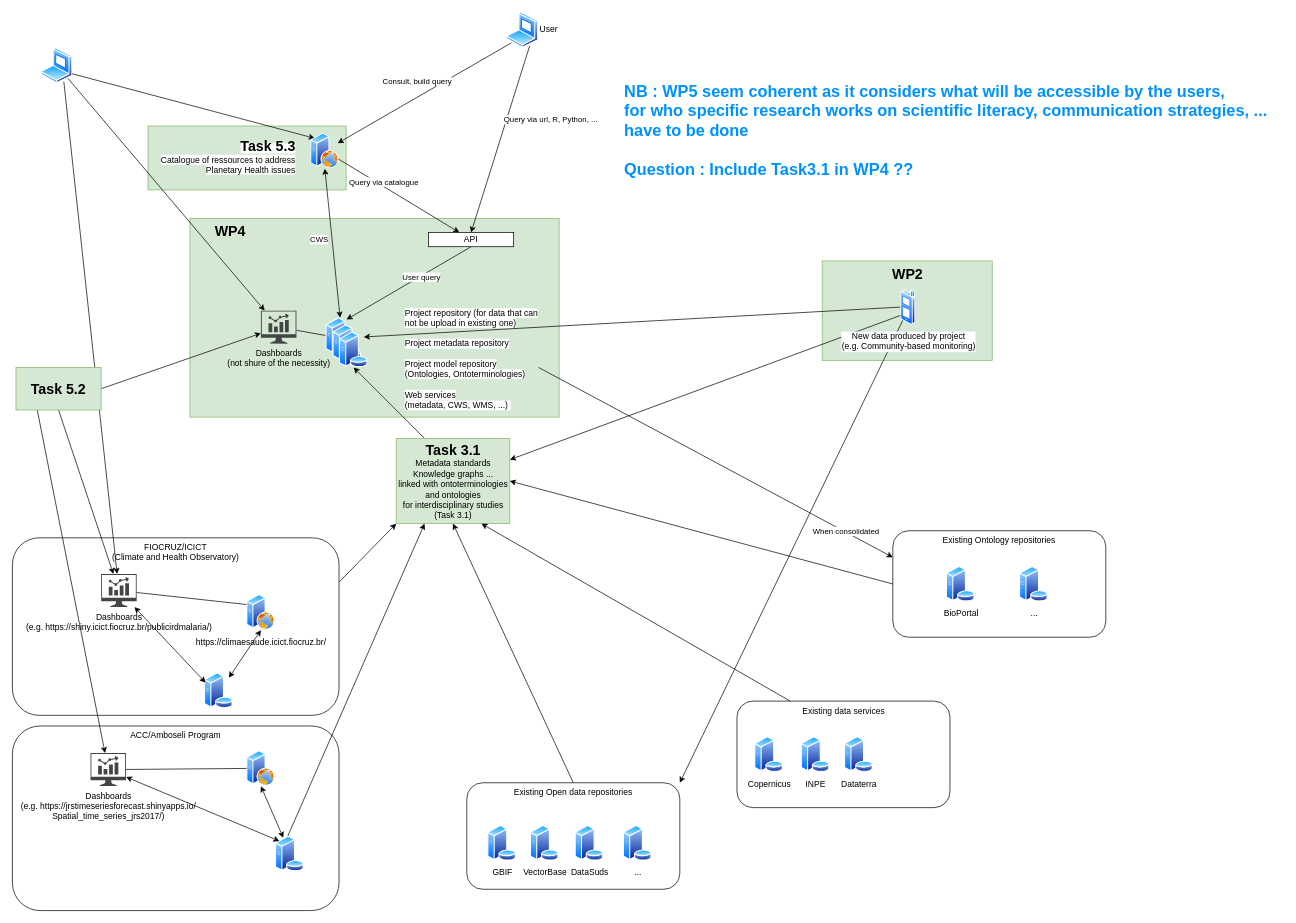
EmmanuelRouxIRD/Horizon_Planetary_Health keeps this draw.io diagram as archi_horizon.drawio. Above is the earlier version. Source tidied: cells renumbered, new cells numbered last; positions are measured from the earlier drawing's top-left corner, leaving out a move shared by most shapes. Both pictures are drawn from the tidied source at 71%, with x=0, y=0 at pixel (12, 12).
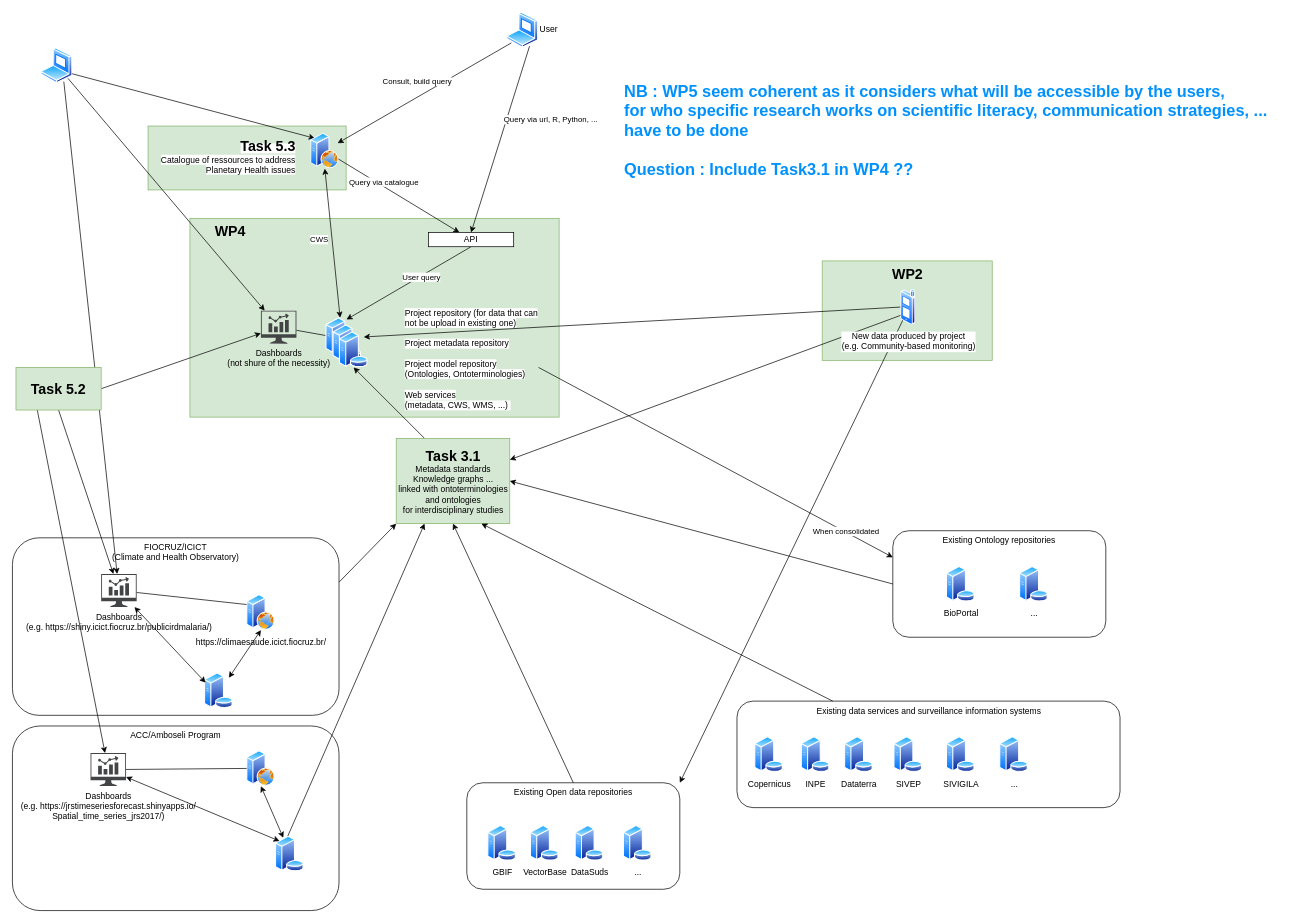
After the change.

Commit message (it also covers changes not shown here):
Mettre à jour archi_horizon.drawio

The edit, as a diff of the source:
```diff
@@
-    <mxCell id="52" value="&lt;font style=&quot;font-size: 20px;&quot;&gt;&lt;b&gt;Task 3.1&lt;br&gt;&lt;/b&gt;&lt;/font&gt;Metadata standards&lt;br&gt;Knowledge graphs ...&lt;br&gt;linked with ontoterminologies and ontologies&lt;br&gt;for interdisciplinary studies&lt;br&gt;(Task 3.1)" style="rounded=0;whiteSpace=wrap;html=1;fillColor=#d5e8d4;strokeColor=#82b366;" parent="1" vertex="1">
+    <mxCell id="52" value="&lt;font style=&quot;font-size: 20px;&quot;&gt;&lt;b&gt;Task 3.1&lt;br&gt;&lt;/b&gt;&lt;/font&gt;Metadata standards&lt;br&gt;Knowledge graphs ...&lt;br&gt;linked with ontoterminologies and ontologies&lt;br&gt;for interdisciplinary studies" style="rounded=0;whiteSpace=wrap;html=1;fillColor=#d5e8d4;strokeColor=#82b366;" parent="1" vertex="1">
       <mxGeometry x="540.5" y="600" width="160" height="120" as="geometry" />
     </mxCell>
@@
-    <mxCell id="54" value="Existing data services" style="rounded=1;whiteSpace=wrap;html=1;fillColor=none;verticalAlign=top;align=center;" parent="1" vertex="1">
-      <mxGeometry x="1020.5" y="970" width="300" height="150" as="geometry" />
+    <mxCell id="54" value="Existing data services and surveillance information systems" style="rounded=1;whiteSpace=wrap;html=1;fillColor=none;verticalAlign=top;align=center;" parent="1" vertex="1">
+      <mxGeometry x="1020.5" y="970" width="539.5" height="150" as="geometry" />
     </mxCell>
@@
+    <mxCell id="74" value="SIVEP" style="image;perimeter=ellipsePerimeter;html=1;align=center;shadow=0;dashed=0;spacingTop=3;image=img/lib/active_directory/database_server.svg;" parent="1" vertex="1">
+      <mxGeometry x="1241" y="1020" width="41" height="50" as="geometry" />
+    </mxCell>
+    <mxCell id="75" value="SIVIGILA" style="image;perimeter=ellipsePerimeter;html=1;align=center;shadow=0;dashed=0;spacingTop=3;image=img/lib/active_directory/database_server.svg;" parent="1" vertex="1">
+      <mxGeometry x="1315" y="1020" width="41" height="50" as="geometry" />
+    </mxCell>
+    <mxCell id="76" value="..." style="image;perimeter=ellipsePerimeter;html=1;align=center;shadow=0;dashed=0;spacingTop=3;image=img/lib/active_directory/database_server.svg;" parent="1" vertex="1">
+      <mxGeometry x="1390" y="1020" width="41" height="50" as="geometry" />
+    </mxCell>
```
